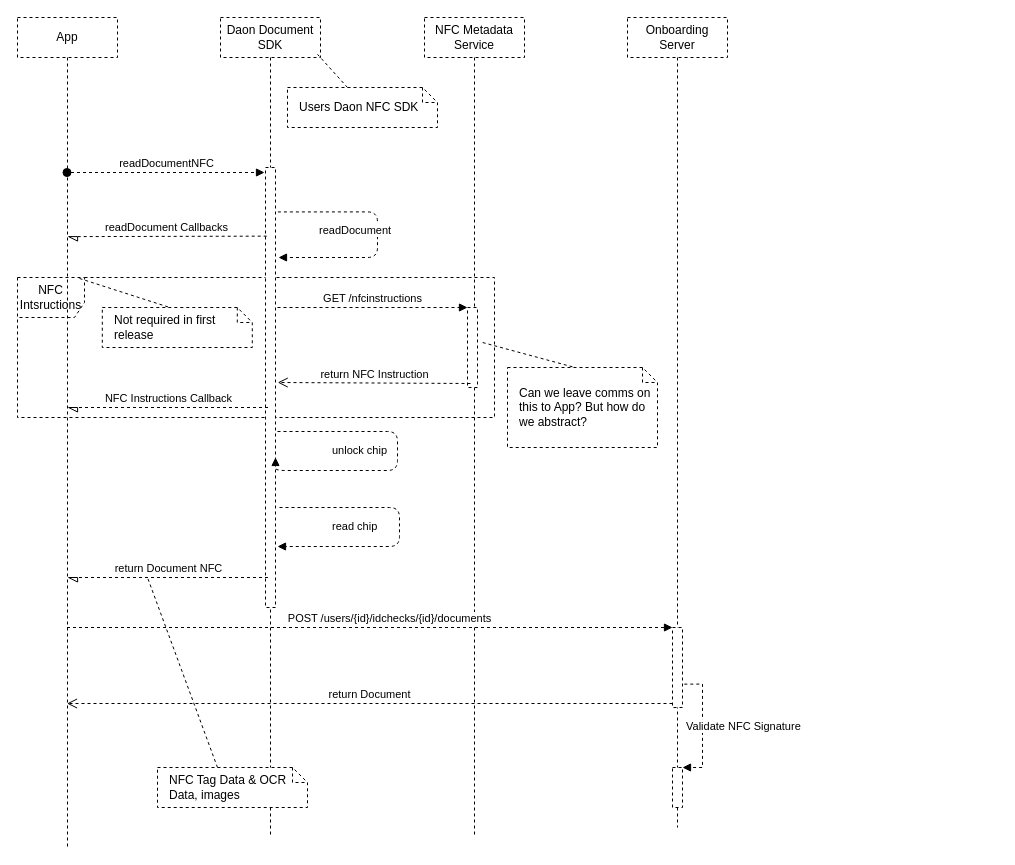
Earlier version of the draw.io diagram page "NFC Read Flow V2 w/ instructions" (5 of 5) of document-sdk-v2.drawio (acorcoran-daon/api-documentation). Source tidied: cells renumbered, new cells numbered last; positions are measured from the earlier drawing's top-left corner, leaving out a move shared by most shapes. Both pictures are drawn from the tidied source at 100%, with x=0, y=0 at pixel (17, 17).
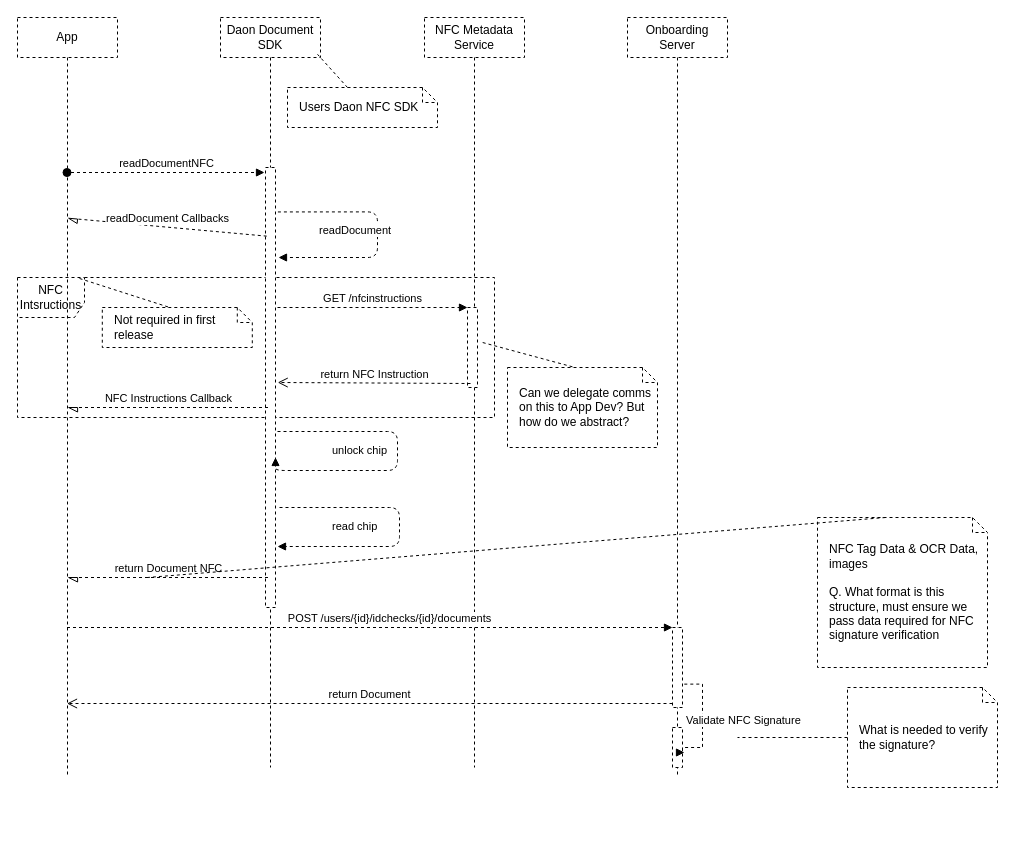
After the change.

The change refers to these unchanged cells:
```xml
<mxCell id="11" style="html=1;points=[];perimeter=orthogonalPerimeter;dashed=1;" parent="10" vertex="1">
  <mxGeometry x="45" y="610" width="10" height="80" as="geometry" />
</mxCell>
```

Diff of the diagram source:
```diff
@@
     <mxCell id="3" value="App" style="shape=umlLifeline;perimeter=lifelinePerimeter;whiteSpace=wrap;html=1;outlineConnect=0;dashed=1;" parent="1" vertex="1">
-      <mxGeometry width="100" height="830" as="geometry" />
+      <mxGeometry width="100" height="760" as="geometry" />
     </mxCell>
     <mxCell id="4" value="Daon Document SDK" style="shape=umlLifeline;perimeter=lifelinePerimeter;whiteSpace=wrap;html=1;dashed=1;" parent="1" vertex="1">
-      <mxGeometry x="203" width="100" height="820" as="geometry" />
+      <mxGeometry x="203" width="100" height="750" as="geometry" />
     </mxCell>
@@
     <mxCell id="7" value="NFC Metadata Service" style="shape=umlLifeline;perimeter=lifelinePerimeter;whiteSpace=wrap;html=1;dashed=1;" parent="1" vertex="1">
-      <mxGeometry x="407" width="100" height="820" as="geometry" />
+      <mxGeometry x="407" width="100" height="750" as="geometry" />
     </mxCell>
@@
     <mxCell id="10" value="Onboarding Server" style="shape=umlLifeline;perimeter=lifelinePerimeter;whiteSpace=wrap;html=1;dashed=1;" parent="1" vertex="1">
-      <mxGeometry x="610" width="100" height="810" as="geometry" />
+      <mxGeometry x="610" width="100" height="760" as="geometry" />
     </mxCell>
@@
     <mxCell id="12" style="html=1;points=[];perimeter=orthogonalPerimeter;dashed=1;" parent="10" vertex="1">
-      <mxGeometry x="45" y="750" width="10" height="40" as="geometry" />
+      <mxGeometry x="45" y="710" width="10" height="40" as="geometry" />
     </mxCell>
-    <mxCell id="13" value="Validate NFC Signature" style="edgeStyle=orthogonalEdgeStyle;html=1;align=left;spacingLeft=2;endArrow=block;rounded=0;entryX=1;entryY=0;dashed=1;exitX=1.18;exitY=0.708;exitDx=0;exitDy=0;exitPerimeter=0;" parent="10" edge="1" source="11" target="12">
+    <mxCell id="13" value="Validate NFC Signature" style="edgeStyle=orthogonalEdgeStyle;html=1;align=left;spacingLeft=2;endArrow=block;rounded=0;entryX=1.2;entryY=0.625;dashed=1;exitX=1.18;exitY=0.708;exitDx=0;exitDy=0;exitPerimeter=0;entryDx=0;entryDy=0;entryPerimeter=0;" parent="10" edge="1" source="11" target="12">
       <mxGeometry x="0.01" y="-20" relative="1" as="geometry">
         <Array as="points">
           <mxPoint x="75" y="667" />
-          <mxPoint x="75" y="750" />
+          <mxPoint x="75" y="730" />
+          <mxPoint x="55" y="730" />
+          <mxPoint x="55" y="735" />
         </Array>
       </mxGeometry>
     </mxCell>
@@
-    <mxCell id="23" value="NFC Tag Data &amp;amp; OCR Data, images" style="shape=note;size=15;align=left;spacingLeft=10;html=1;whiteSpace=wrap;dashed=1;" parent="1" vertex="1">
-      <mxGeometry x="140" y="750" width="150" height="40" as="geometry" />
+    <mxCell id="23" value="NFC Tag Data &amp;amp; OCR Data, images&lt;br&gt;&lt;br&gt;Q. What format is this structure, must ensure we pass data required for NFC signature verification" style="shape=note;size=15;align=left;spacingLeft=10;html=1;whiteSpace=wrap;dashed=1;" parent="1" vertex="1">
+      <mxGeometry x="800" y="500" width="170" height="150" as="geometry" />
     </mxCell>
@@
-    <mxCell id="27" value="Can we leave comms on this to App? But how do we abstract?" style="shape=note;size=15;align=left;spacingLeft=10;html=1;whiteSpace=wrap;dashed=1;" parent="1" vertex="1">
+    <mxCell id="27" value="Can we delegate comms on this to App Dev? But how do we abstract?" style="shape=note;size=15;align=left;spacingLeft=10;html=1;whiteSpace=wrap;dashed=1;" parent="1" vertex="1">
       <mxGeometry x="490" y="350" width="150" height="80" as="geometry" />
     </mxCell>
@@
+    <mxCell id="31" value="What is needed to verify the signature?" style="shape=note;size=15;align=left;spacingLeft=10;html=1;whiteSpace=wrap;dashed=1;" parent="1" vertex="1">
+      <mxGeometry x="830" y="670" width="150" height="100" as="geometry" />
+    </mxCell>
+    <mxCell id="32" style="edgeStyle=none;endArrow=none;dashed=1;html=1;" parent="1" edge="1" source="31">
+      <mxGeometry x="1" relative="1" as="geometry">
+        <mxPoint x="720" y="720" as="targetPoint" />
+      </mxGeometry>
+    </mxCell>
```
